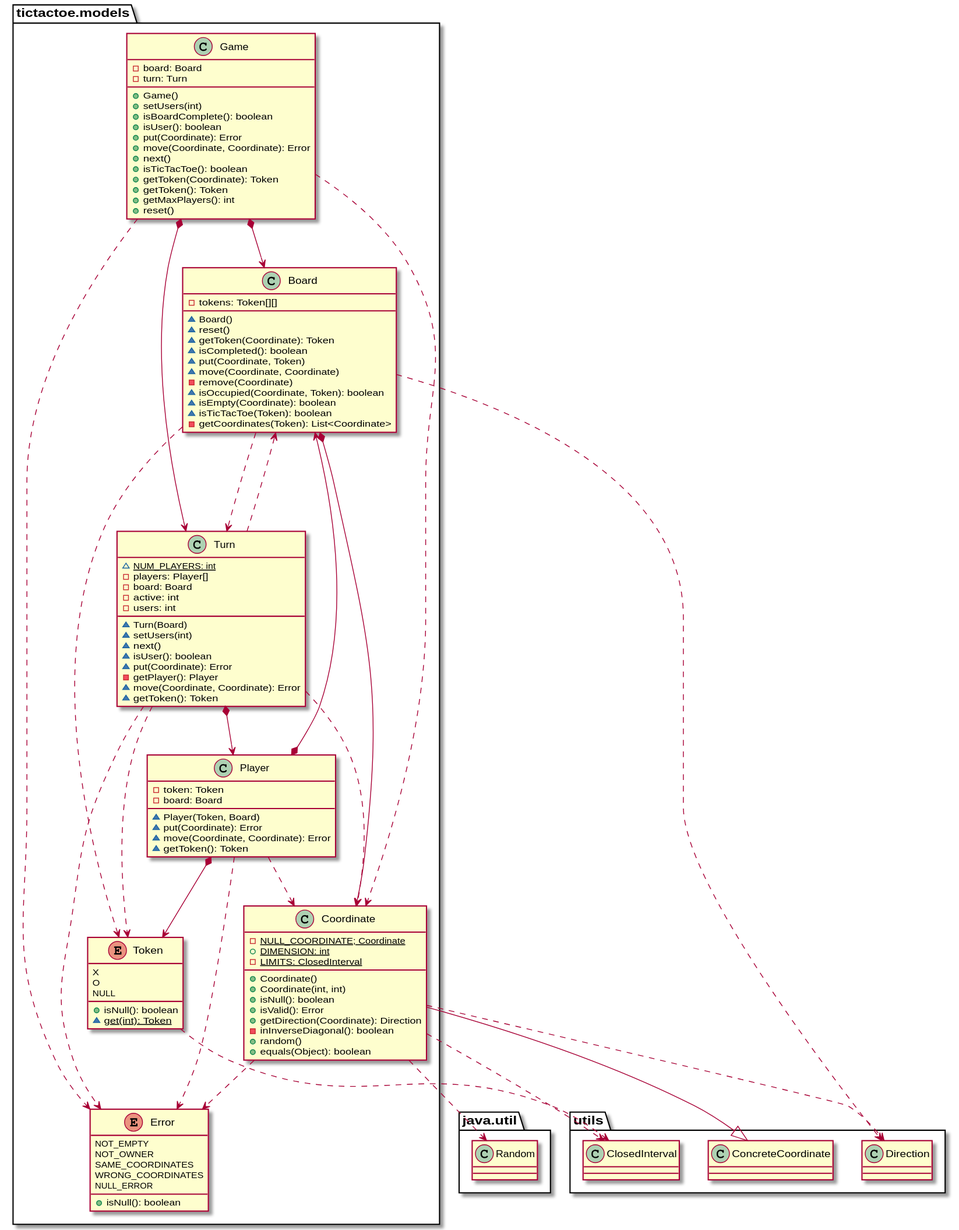
This is documentView/console/docs/diagrams/out/paquetes/tictactoe.models.svg from Jolucaa/USantaTecla-project-ticTacToe, a PlantUML export, as it was before one commit.
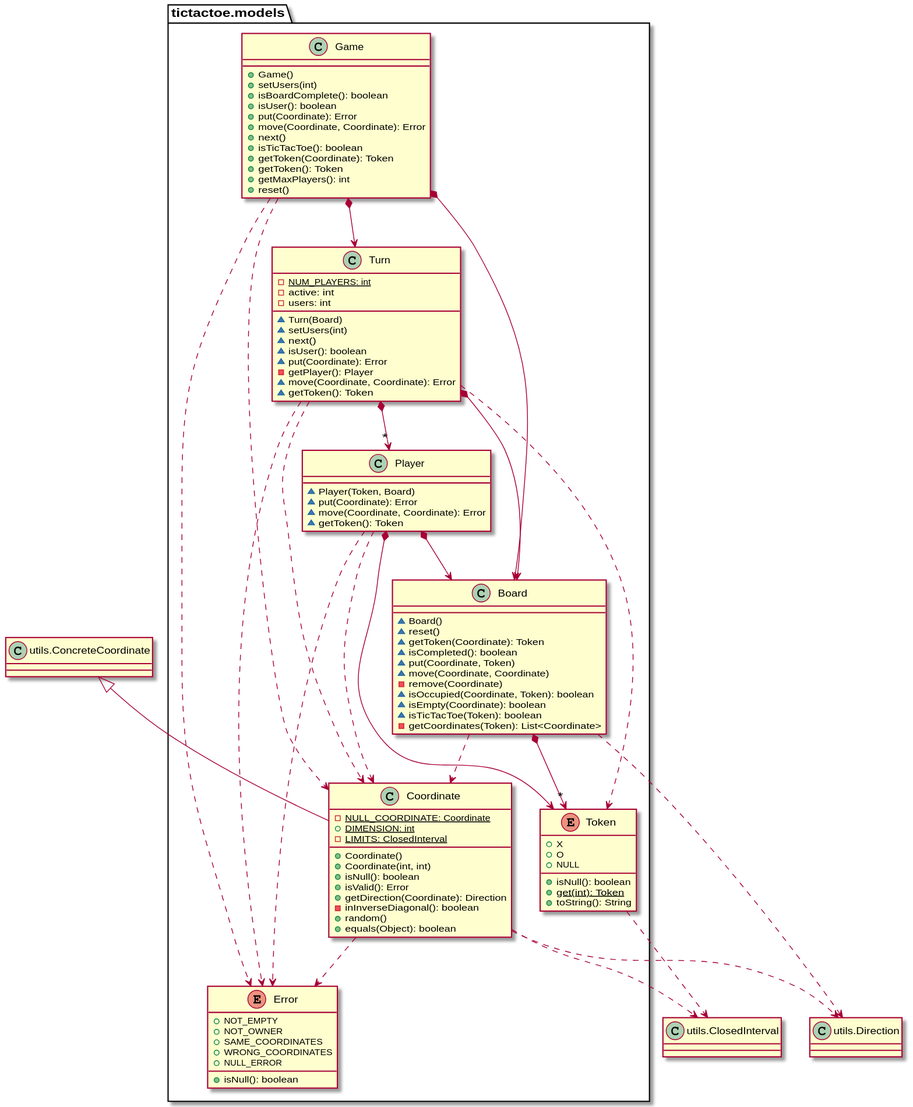
The same diagram one commit later.

Change to the diagram source:
```diff
@@ -1,6 +1,9 @@
 @startuml
+class Direction as "utils.Direction"{}
+class ConcreteCoordinate as "utils.ConcreteCoordinate"{}
+class ClosedInterval as "utils.ClosedInterval"{}
+
 class  tictactoe.models.Board{
-- tokens: Token[][]
 ~ Board()
 ~ reset()
 ~ getToken(Coordinate): Token
@@ -13,13 +16,12 @@
 ~ isTicTacToe(Token): boolean
 - getCoordinates(Token): List<Coordinate>
 }
-tictactoe.models.Board *-down-> tictactoe.models.Coordinate
-tictactoe.models.Board ..> tictactoe.models.Token
-tictactoe.models.Board ..> tictactoe.models.Turn
-tictactoe.models.Board ..> utils.Direction
+tictactoe.models.Board ..> tictactoe.models.Coordinate
+tictactoe.models.Board *-down-> "*" tictactoe.models.Token
+tictactoe.models.Board ..> Direction
 
 class  tictactoe.models.Coordinate{
-- {static} NULL_COORDINATE; Coordinate
+- {static} NULL_COORDINATE: Coordinate
 + {static} DIMENSION: int
 - {static} LIMITS: ClosedInterval
 + Coordinate()
@@ -31,24 +33,21 @@
 + random()
 + equals(Object): boolean
 }
-utils.ConcreteCoordinate <|-down- tictactoe.models.Coordinate
+ConcreteCoordinate <|-down- tictactoe.models.Coordinate
 tictactoe.models.Coordinate ..> tictactoe.models.Error
-tictactoe.models.Coordinate ..> utils.Direction
-tictactoe.models.Coordinate ..> utils.ClosedInterval
-tictactoe.models.Coordinate ..> java.util.Random
+tictactoe.models.Coordinate ..> Direction
+tictactoe.models.Coordinate ..> ClosedInterval
 
 enum  tictactoe.models.Error{
-NOT_EMPTY
-NOT_OWNER
-SAME_COORDINATES
-WRONG_COORDINATES
-NULL_ERROR
++ NOT_EMPTY
++ NOT_OWNER
++ SAME_COORDINATES
++ WRONG_COORDINATES
++ NULL_ERROR
 + isNull(): boolean
 }
 
 class  tictactoe.models.Game{
-- board: Board
-- turn: Turn
 + Game()
 + setUsers(int)
 + isBoardComplete(): boolean
@@ -68,8 +67,6 @@
 tictactoe.models.Game ..> tictactoe.models.Error
 
 class  tictactoe.models.Player{
-- token: Token
-- board: Board
 ~ Player(Token, Board)
 ~ put(Coordinate): Error
 ~ move(Coordinate, Coordinate): Error
@@ -81,19 +78,18 @@
 tictactoe.models.Player ..> tictactoe.models.Error
 
 enum  tictactoe.models.Token{
-X
-O
-NULL
++ X
++ O
++ NULL
 + isNull(): boolean
-~ {static} get(int): Token
++ {static} get(int): Token
++ toString(): String
 }
 
-tictactoe.models.Token ..> utils.ClosedInterval
+tictactoe.models.Token ..> ClosedInterval
 
 class  tictactoe.models.Turn{
-~ {static} NUM_PLAYERS: int
-- players: Player[]
-- board: Board
+- {static} NUM_PLAYERS: int
 - active: int
 - users: int
 ~ Turn(Board)
@@ -106,8 +102,8 @@
 ~ getToken(): Token
 }
 
-tictactoe.models.Turn *-down-> tictactoe.models.Player
-tictactoe.models.Turn ..down-> tictactoe.models.Board
+tictactoe.models.Turn *-down-> "*" tictactoe.models.Player
+tictactoe.models.Turn *-down-> tictactoe.models.Board
 tictactoe.models.Turn ..down-> tictactoe.models.Token
 tictactoe.models.Turn ..down-> tictactoe.models.Coordinate
 tictactoe.models.Turn ..down-> tictactoe.models.Error
```
